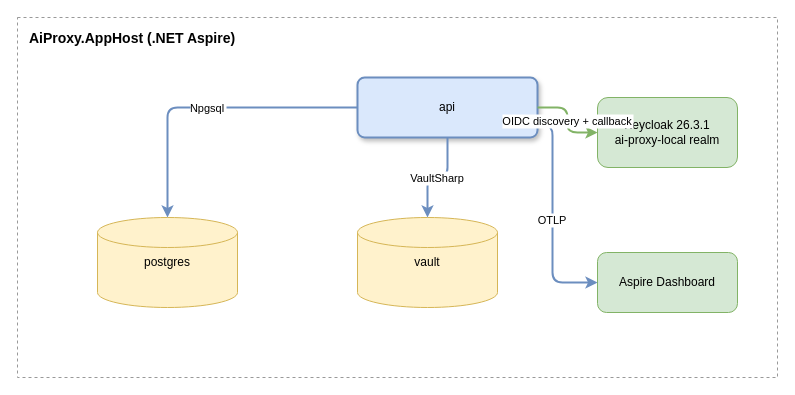
Before: specs/architecture/diagrams/05-deployment-topology.drawio in azureholic/AIProxyPlus, a draw.io diagram. Source tidied: cells renumbered, new cells numbered last; positions are measured from the earlier drawing's top-left corner, leaving out a move shared by most shapes. Both pictures are drawn from the tidied source at 100%, with x=0, y=0 at pixel (17, 17).
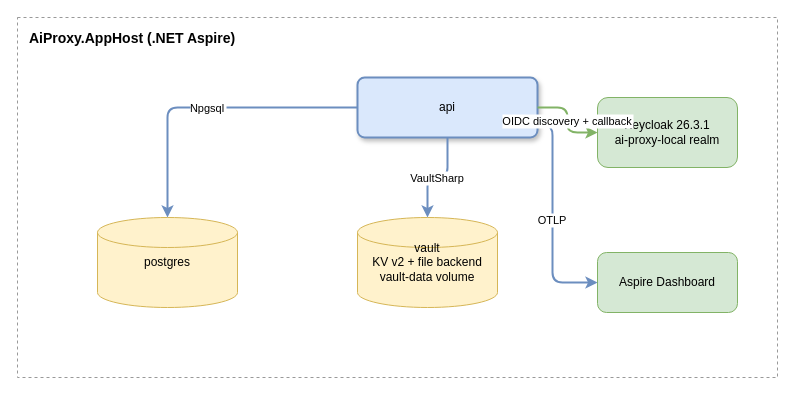
After the change.

Commit message (it also covers changes not shown here):
Persist local Vault secrets across restarts

Diff of the diagram source:
```diff
@@
 <mxGraphModel>
   <root>
     <mxCell id="0" />
     <mxCell id="1" parent="0" />
     <mxCell id="2" value="AiProxy.AppHost (.NET Aspire)" style="rounded=0;whiteSpace=wrap;html=1;fillColor=none;strokeColor=#999999;dashed=1;verticalAlign=top;align=left;spacingLeft=10;spacingTop=6;fontStyle=1;fontSize=14;" parent="1" vertex="1">
       <mxGeometry width="760" height="360" as="geometry" />
     </mxCell>
     <mxCell id="3" value="api" style="rounded=1;whiteSpace=wrap;html=1;fillColor=#dae8fc;strokeColor=#6c8ebf;strokeWidth=2;arcSize=12;shadow=1;" parent="1" vertex="1">
       <mxGeometry x="340" y="60" width="180" height="60" as="geometry" />
     </mxCell>
     <mxCell id="4" value="postgres" style="shape=cylinder3;whiteSpace=wrap;html=1;fillColor=#fff2cc;strokeColor=#d6b656;" parent="1" vertex="1">
       <mxGeometry x="80" y="200" width="140" height="90" as="geometry" />
     </mxCell>
-    <mxCell id="5" value="vault" style="shape=cylinder3;whiteSpace=wrap;html=1;fillColor=#fff2cc;strokeColor=#d6b656;" parent="1" vertex="1">
+    <mxCell id="5" value="vault&#10;KV v2 + file backend&#10;vault-data volume" style="shape=cylinder3;whiteSpace=wrap;html=1;fillColor=#fff2cc;strokeColor=#d6b656;" parent="1" vertex="1">
       <mxGeometry x="340" y="200" width="140" height="90" as="geometry" />
     </mxCell>
     <mxCell id="6" value="Aspire Dashboard" style="rounded=1;whiteSpace=wrap;html=1;fillColor=#d5e8d4;strokeColor=#82b366;" parent="1" vertex="1">
       <mxGeometry x="580" y="235" width="140" height="60" as="geometry" />
     </mxCell>
     <mxCell id="7" value="Keycloak 26.3.1&#10;ai-proxy-local realm" style="rounded=1;whiteSpace=wrap;html=1;fillColor=#d5e8d4;strokeColor=#82b366;" parent="1" vertex="1">
       <mxGeometry x="580" y="80" width="140" height="70" as="geometry" />
     </mxCell>
     <mxCell id="8" value="Npgsql" style="edgeStyle=orthogonalEdgeStyle;rounded=1;strokeColor=#6c8ebf;strokeWidth=2;fontSize=11;" parent="1" edge="1" source="3" target="4">
       <mxGeometry relative="1" as="geometry" />
     </mxCell>
     <mxCell id="9" value="VaultSharp" style="edgeStyle=orthogonalEdgeStyle;rounded=1;strokeColor=#6c8ebf;strokeWidth=2;fontSize=11;" parent="1" edge="1" source="3" target="5">
       <mxGeometry relative="1" as="geometry" />
     </mxCell>
     <mxCell id="10" value="OTLP" style="edgeStyle=orthogonalEdgeStyle;rounded=1;strokeColor=#6c8ebf;strokeWidth=2;fontSize=11;labelBackgroundColor=#ffffff;exitX=1;exitY=0.8;entryX=0;entryY=0.5;" parent="1" edge="1" source="3" target="6">
       <mxGeometry relative="1" as="geometry">
         <Array as="points">
           <mxPoint x="535" y="108" />
           <mxPoint x="535" y="265" />
         </Array>
       </mxGeometry>
     </mxCell>
     <mxCell id="11" value="OIDC discovery + callback" style="edgeStyle=orthogonalEdgeStyle;rounded=1;strokeColor=#82b366;strokeWidth=2;fontSize=11;labelBackgroundColor=#ffffff;" parent="1" edge="1" source="3" target="7">
       <mxGeometry relative="1" as="geometry" />
     </mxCell>
   </root>
 </mxGraphModel>
```
